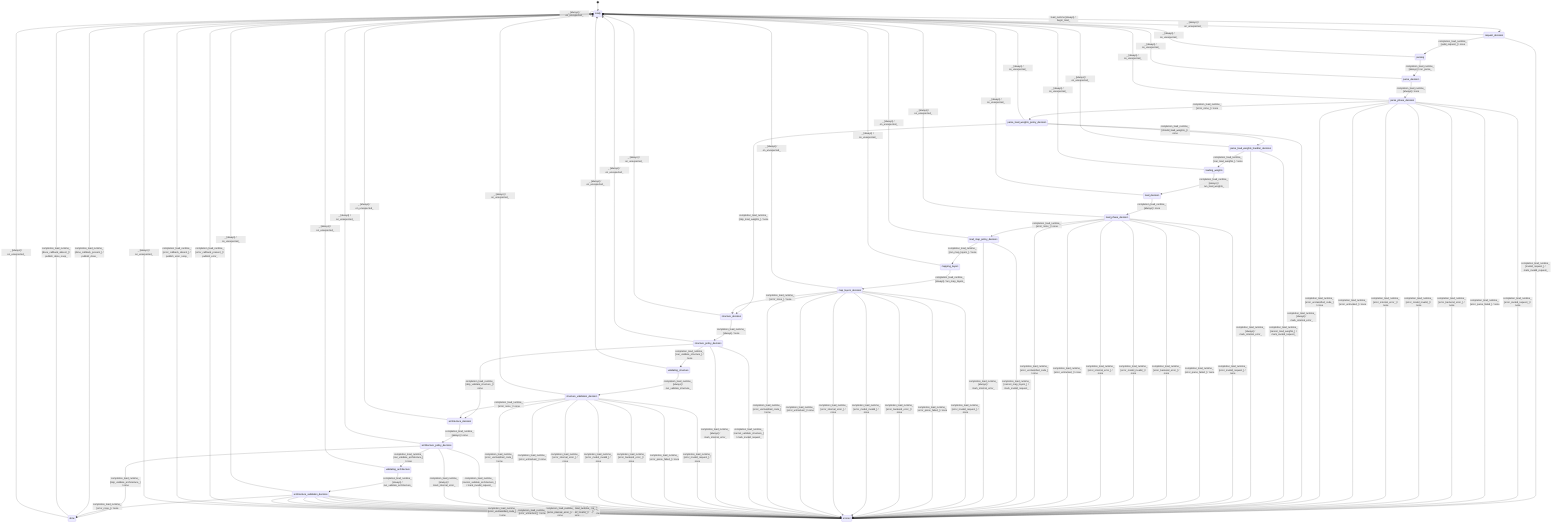
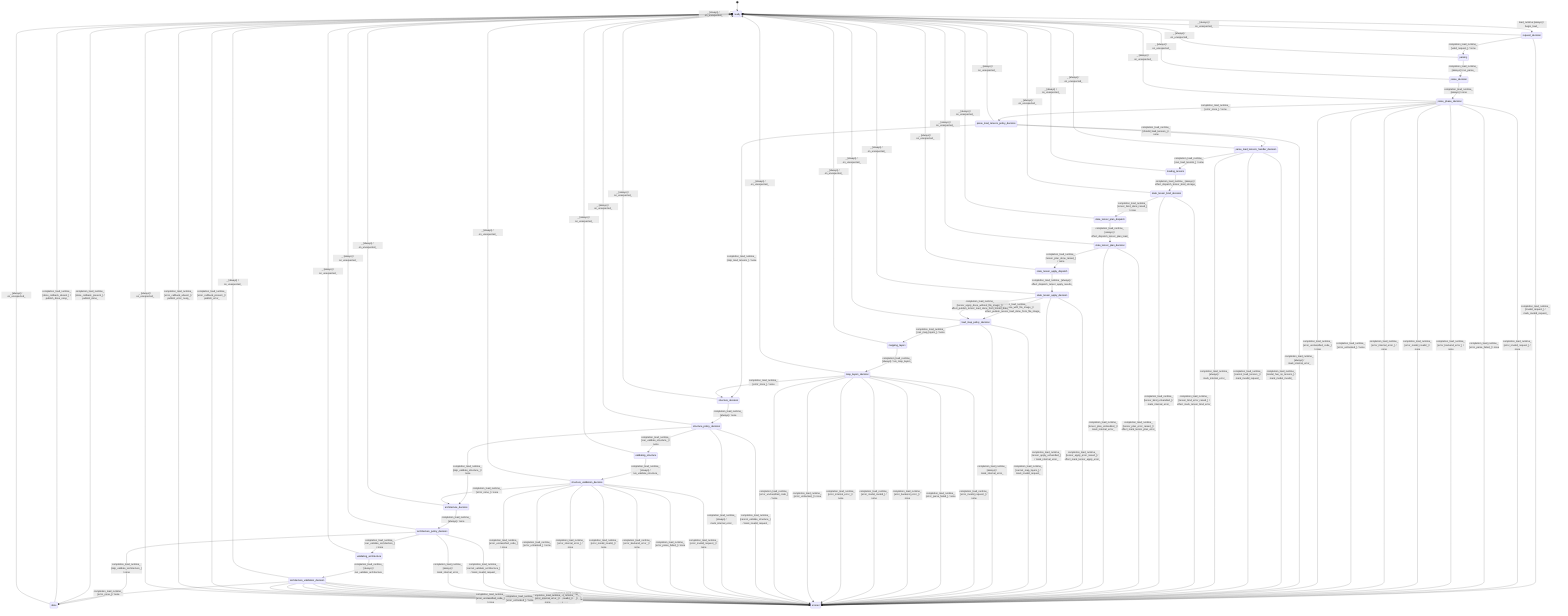
stateDiagram-v2
  direction TB
  [*] --> ready
  ready --> request_decision : load_runtime [always] / begin_load_
  request_decision --> parsing : completion_load_runtime_ [valid_request_] / none
  request_decision --> errored : completion_load_runtime_ [invalid_request_] / mark_invalid_request_
  parsing --> parse_decision : completion_load_runtime_ [always] / run_parse_
  parse_decision --> parse_phase_decision : completion_load_runtime_ [always] / none
-   parse_phase_decision --> parse_load_weights_policy_decision : completion_load_runtime_ [error_none_] / none
+   parse_phase_decision --> parse_load_tensors_policy_decision : completion_load_runtime_ [error_none_] / none
  parse_phase_decision --> errored : completion_load_runtime_ [error_invalid_request_] / none
  parse_phase_decision --> errored : completion_load_runtime_ [error_parse_failed_] / none
  parse_phase_decision --> errored : completion_load_runtime_ [error_backend_error_] / none
  parse_phase_decision --> errored : completion_load_runtime_ [error_model_invalid_] / none
  parse_phase_decision --> errored : completion_load_runtime_ [error_internal_error_] / none
  parse_phase_decision --> errored : completion_load_runtime_ [error_untracked_] / none
  parse_phase_decision --> errored : completion_load_runtime_ [error_unclassified_code_] / none
-   parse_load_weights_policy_decision --> parse_load_weights_handler_decision : completion_load_runtime_ [should_load_weights_] / none
-   parse_load_weights_policy_decision --> structure_decision : completion_load_runtime_ [skip_load_weights_] / none
-   parse_load_weights_policy_decision --> errored : completion_load_runtime_ [always] / mark_internal_error_
-   parse_load_weights_handler_decision --> loading_weights : completion_load_runtime_ [can_load_weights_] / none
-   parse_load_weights_handler_decision --> errored : completion_load_runtime_ [cannot_load_weights_] / mark_invalid_request_
-   parse_load_weights_handler_decision --> errored : completion_load_runtime_ [always] / mark_internal_error_
-   loading_weights --> load_decision : completion_load_runtime_ [always] / run_load_weights_
-   load_decision --> load_phase_decision : completion_load_runtime_ [always] / none
-   load_phase_decision --> load_map_policy_decision : completion_load_runtime_ [error_none_] / none
-   load_phase_decision --> errored : completion_load_runtime_ [error_invalid_request_] / none
-   load_phase_decision --> errored : completion_load_runtime_ [error_parse_failed_] / none
-   load_phase_decision --> errored : completion_load_runtime_ [error_backend_error_] / none
-   load_phase_decision --> errored : completion_load_runtime_ [error_model_invalid_] / none
-   load_phase_decision --> errored : completion_load_runtime_ [error_internal_error_] / none
-   load_phase_decision --> errored : completion_load_runtime_ [error_untracked_] / none
-   load_phase_decision --> errored : completion_load_runtime_ [error_unclassified_code_] / none
+   parse_load_tensors_policy_decision --> parse_load_tensors_handler_decision : completion_load_runtime_ [should_load_tensors_] / none
+   parse_load_tensors_policy_decision --> structure_decision : completion_load_runtime_ [skip_load_tensors_] / none
+   parse_load_tensors_policy_decision --> errored : completion_load_runtime_ [always] / mark_internal_error_
+   parse_load_tensors_handler_decision --> loading_tensors : completion_load_runtime_ [can_load_tensors_] / none
+   parse_load_tensors_handler_decision --> errored : completion_load_runtime_ [model_has_no_tensors_] / mark_model_invalid_
+   parse_load_tensors_handler_decision --> errored : completion_load_runtime_ [cannot_load_tensors_] / mark_invalid_request_
+   parse_load_tensors_handler_decision --> errored : completion_load_runtime_ [always] / mark_internal_error_
+   loading_tensors --> state_tensor_bind_decision : completion_load_runtime_ [always] / effect_dispatch_tensor_bind_storage_
+   state_tensor_bind_decision --> state_tensor_plan_dispatch : completion_load_runtime_ [tensor_bind_done_raised_] / none
+   state_tensor_bind_decision --> errored : completion_load_runtime_ [tensor_bind_error_raised_] / effect_mark_tensor_bind_error_
+   state_tensor_bind_decision --> errored : completion_load_runtime_ [tensor_bind_unhandled_] / mark_internal_error_
+   state_tensor_plan_dispatch --> state_tensor_plan_decision : completion_load_runtime_ [always] / effect_dispatch_tensor_plan_load_
+   state_tensor_plan_decision --> state_tensor_apply_dispatch : completion_load_runtime_ [tensor_plan_done_raised_] / none
+   state_tensor_plan_decision --> errored : completion_load_runtime_ [tensor_plan_error_raised_] / effect_mark_tensor_plan_error_
+   state_tensor_plan_decision --> errored : completion_load_runtime_ [tensor_plan_unhandled_] / mark_internal_error_
+   state_tensor_apply_dispatch --> state_tensor_apply_decision : completion_load_runtime_ [always] / effect_dispatch_tensor_apply_results_
+   state_tensor_apply_decision --> load_map_policy_decision : completion_load_runtime_ [tensor_apply_done_with_file_image_] / effect_publish_tensor_load_done_from_file_image_
+   state_tensor_apply_decision --> load_map_policy_decision : completion_load_runtime_ [tensor_apply_done_without_file_image_] / effect_publish_tensor_load_done_from_model_data_
+   state_tensor_apply_decision --> errored : completion_load_runtime_ [tensor_apply_error_raised_] / effect_mark_tensor_apply_error_
+   state_tensor_apply_decision --> errored : completion_load_runtime_ [tensor_apply_unhandled_] / mark_internal_error_
  load_map_policy_decision --> mapping_layers : completion_load_runtime_ [can_map_layers_] / none
  load_map_policy_decision --> errored : completion_load_runtime_ [cannot_map_layers_] / mark_invalid_request_
  load_map_policy_decision --> errored : completion_load_runtime_ [always] / mark_internal_error_
  mapping_layers --> map_layers_decision : completion_load_runtime_ [always] / run_map_layers_
  map_layers_decision --> structure_decision : completion_load_runtime_ [error_none_] / none
  map_layers_decision --> errored : completion_load_runtime_ [error_invalid_request_] / none
  map_layers_decision --> errored : completion_load_runtime_ [error_parse_failed_] / none
  map_layers_decision --> errored : completion_load_runtime_ [error_backend_error_] / none
  map_layers_decision --> errored : completion_load_runtime_ [error_model_invalid_] / none
  map_layers_decision --> errored : completion_load_runtime_ [error_internal_error_] / none
  map_layers_decision --> errored : completion_load_runtime_ [error_untracked_] / none
  map_layers_decision --> errored : completion_load_runtime_ [error_unclassified_code_] / none
  structure_decision --> structure_policy_decision : completion_load_runtime_ [always] / none
  structure_policy_decision --> architecture_decision : completion_load_runtime_ [skip_validate_structure_] / none
  structure_policy_decision --> validating_structure : completion_load_runtime_ [can_validate_structure_] / none
  structure_policy_decision --> errored : completion_load_runtime_ [cannot_validate_structure_] / mark_invalid_request_
  structure_policy_decision --> errored : completion_load_runtime_ [always] / mark_internal_error_
  validating_structure --> structure_validation_decision : completion_load_runtime_ [always] / run_validate_structure_
  structure_validation_decision --> architecture_decision : completion_load_runtime_ [error_none_] / none
  structure_validation_decision --> errored : completion_load_runtime_ [error_invalid_request_] / none
  structure_validation_decision --> errored : completion_load_runtime_ [error_parse_failed_] / none
  structure_validation_decision --> errored : completion_load_runtime_ [error_backend_error_] / none
  structure_validation_decision --> errored : completion_load_runtime_ [error_model_invalid_] / none
  structure_validation_decision --> errored : completion_load_runtime_ [error_internal_error_] / none
  structure_validation_decision --> errored : completion_load_runtime_ [error_untracked_] / none
  structure_validation_decision --> errored : completion_load_runtime_ [error_unclassified_code_] / none
  architecture_decision --> architecture_policy_decision : completion_load_runtime_ [always] / none
  architecture_policy_decision --> done : completion_load_runtime_ [skip_validate_architecture_] / none
  architecture_policy_decision --> validating_architecture : completion_load_runtime_ [can_validate_architecture_] / none
  architecture_policy_decision --> errored : completion_load_runtime_ [cannot_validate_architecture_] / mark_invalid_request_
  architecture_policy_decision --> errored : completion_load_runtime_ [always] / mark_internal_error_
  validating_architecture --> architecture_validation_decision : completion_load_runtime_ [always] / run_validate_architecture_
  architecture_validation_decision --> done : completion_load_runtime_ [error_none_] / none
  architecture_validation_decision --> errored : completion_load_runtime_ [error_invalid_request_] / none
  architecture_validation_decision --> errored : completion_load_runtime_ [error_parse_failed_] / none
  architecture_validation_decision --> errored : completion_load_runtime_ [error_backend_error_] / none
  architecture_validation_decision --> errored : completion_load_runtime_ [error_model_invalid_] / none
  architecture_validation_decision --> errored : completion_load_runtime_ [error_internal_error_] / none
  architecture_validation_decision --> errored : completion_load_runtime_ [error_untracked_] / none
  architecture_validation_decision --> errored : completion_load_runtime_ [error_unclassified_code_] / none
  done --> ready : completion_load_runtime_ [done_callback_present_] / publish_done_
  done --> ready : completion_load_runtime_ [done_callback_absent_] / publish_done_noop_
  errored --> ready : completion_load_runtime_ [error_callback_present_] / publish_error_
  errored --> ready : completion_load_runtime_ [error_callback_absent_] / publish_error_noop_
  ready --> ready : _ [always] / on_unexpected_
  request_decision --> ready : _ [always] / on_unexpected_
  parsing --> ready : _ [always] / on_unexpected_
  parse_decision --> ready : _ [always] / on_unexpected_
  parse_phase_decision --> ready : _ [always] / on_unexpected_
-   parse_load_weights_policy_decision --> ready : _ [always] / on_unexpected_
-   parse_load_weights_handler_decision --> ready : _ [always] / on_unexpected_
-   loading_weights --> ready : _ [always] / on_unexpected_
-   load_decision --> ready : _ [always] / on_unexpected_
-   load_phase_decision --> ready : _ [always] / on_unexpected_
+   parse_load_tensors_policy_decision --> ready : _ [always] / on_unexpected_
+   parse_load_tensors_handler_decision --> ready : _ [always] / on_unexpected_
+   loading_tensors --> ready : _ [always] / on_unexpected_
+   state_tensor_bind_decision --> ready : _ [always] / on_unexpected_
+   state_tensor_plan_dispatch --> ready : _ [always] / on_unexpected_
+   state_tensor_plan_decision --> ready : _ [always] / on_unexpected_
+   state_tensor_apply_dispatch --> ready : _ [always] / on_unexpected_
+   state_tensor_apply_decision --> ready : _ [always] / on_unexpected_
  load_map_policy_decision --> ready : _ [always] / on_unexpected_
  mapping_layers --> ready : _ [always] / on_unexpected_
  map_layers_decision --> ready : _ [always] / on_unexpected_
  structure_decision --> ready : _ [always] / on_unexpected_
  structure_policy_decision --> ready : _ [always] / on_unexpected_
  validating_structure --> ready : _ [always] / on_unexpected_
  structure_validation_decision --> ready : _ [always] / on_unexpected_
  architecture_decision --> ready : _ [always] / on_unexpected_
  architecture_policy_decision --> ready : _ [always] / on_unexpected_
  validating_architecture --> ready : _ [always] / on_unexpected_
  architecture_validation_decision --> ready : _ [always] / on_unexpected_
  done --> ready : _ [always] / on_unexpected_
  errored --> ready : _ [always] / on_unexpected_
